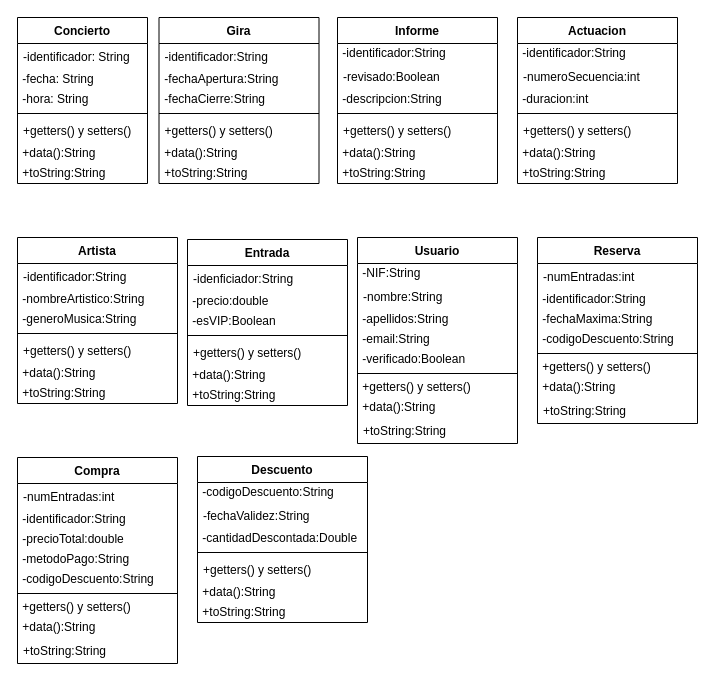
Before: Diagrama de clases.drawio in Lusaka12/AgenciaConciertos, a draw.io diagram. Source tidied: cells renumbered, new cells numbered last; positions are measured from the earlier drawing's top-left corner, leaving out a move shared by most shapes. Both pictures are drawn from the tidied source at 100%, with x=0, y=0 at pixel (17, 17).
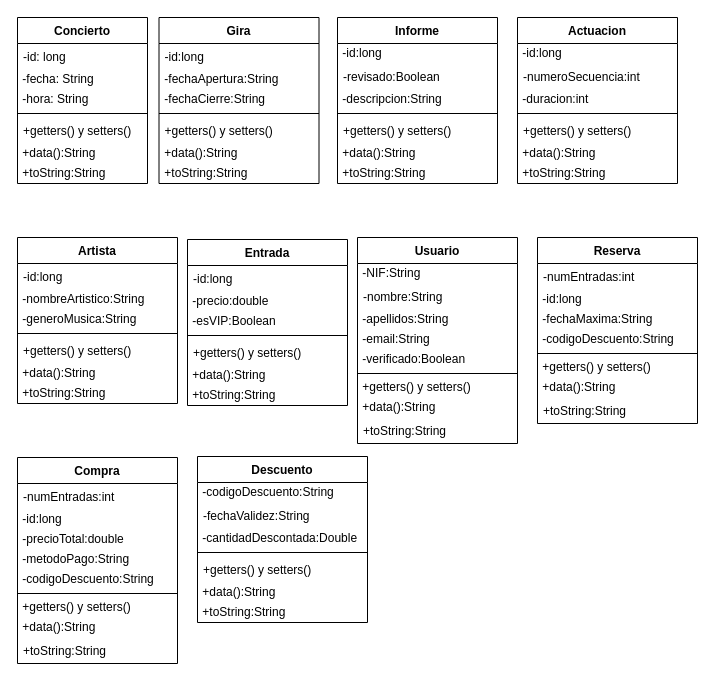
The same diagram, later.

Commit message (it also covers changes not shown here):
Modificado diagrama de clases y añadida imagen

Modificado diagrama de clases y añadida imagen de diagrama de clases

The change refers to these unchanged cells:
```xml
<mxCell id="2" value="Concierto" style="swimlane;fontStyle=1;align=center;verticalAlign=top;horizontal=1;startSize=26;" parent="1" vertex="1">
  <mxGeometry width="130" height="166" as="geometry" />
</mxCell>
<mxCell id="10" value="Gira" style="swimlane;fontStyle=1;align=center;verticalAlign=top;horizontal=1;startSize=26;" parent="1" vertex="1">
  <mxGeometry x="141.5" width="160" height="166" as="geometry" />
</mxCell>
<mxCell id="18" value="Informe" style="swimlane;fontStyle=1;align=center;verticalAlign=top;horizontal=1;startSize=26;" parent="1" vertex="1">
  <mxGeometry x="320" width="160" height="166" as="geometry" />
</mxCell>
<mxCell id="26" value="Actuacion" style="swimlane;fontStyle=1;align=center;verticalAlign=top;horizontal=1;startSize=26;" parent="1" vertex="1">
  <mxGeometry x="500" width="160" height="166" as="geometry" />
</mxCell>
<mxCell id="34" value="Artista" style="swimlane;fontStyle=1;align=center;verticalAlign=top;horizontal=1;startSize=26;" parent="1" vertex="1">
  <mxGeometry y="220" width="160" height="166" as="geometry" />
</mxCell>
<mxCell id="42" value="Entrada" style="swimlane;fontStyle=1;align=center;verticalAlign=top;horizontal=1;startSize=26;" parent="1" vertex="1">
  <mxGeometry x="170" y="222" width="160" height="166" as="geometry" />
</mxCell>
<mxCell id="60" value="Compra" style="swimlane;fontStyle=1;align=center;verticalAlign=top;horizontal=1;startSize=26;" parent="1" vertex="1">
  <mxGeometry y="440" width="160" height="206" as="geometry" />
</mxCell>
<mxCell id="70" value="Reserva" style="swimlane;fontStyle=1;align=center;verticalAlign=top;horizontal=1;startSize=26;" parent="1" vertex="1">
  <mxGeometry x="520" y="220" width="160" height="186" as="geometry" />
</mxCell>
```

The edit, as a diff of the source:
```diff
@@
-    <mxCell id="3" value="-identificador: String" style="text;strokeColor=none;fillColor=none;align=left;verticalAlign=top;spacingLeft=4;spacingRight=4;overflow=hidden;" parent="2" vertex="1">
+    <mxCell id="3" value="-id: long" style="text;strokeColor=none;fillColor=none;align=left;verticalAlign=top;spacingLeft=4;spacingRight=4;overflow=hidden;" parent="2" vertex="1">
       <mxGeometry y="26" width="130" height="26" as="geometry" />
     </mxCell>
@@
-    <mxCell id="11" value="-identificador:String" style="text;strokeColor=none;fillColor=none;align=left;verticalAlign=top;spacingLeft=4;spacingRight=4;overflow=hidden;" parent="10" vertex="1">
+    <mxCell id="11" value="-id:long" style="text;strokeColor=none;fillColor=none;align=left;verticalAlign=top;spacingLeft=4;spacingRight=4;overflow=hidden;" parent="10" vertex="1">
       <mxGeometry y="26" width="160" height="26" as="geometry" />
     </mxCell>
@@
-    <mxCell id="19" value="&amp;nbsp;-identificador:String" style="text;html=1;align=left;verticalAlign=top;spacingTop=-4;" parent="18" vertex="1">
+    <mxCell id="19" value="&amp;nbsp;-id:long" style="text;html=1;align=left;verticalAlign=top;spacingTop=-4;" parent="18" vertex="1">
       <mxGeometry y="26" width="160" height="20" as="geometry" />
     </mxCell>
@@
-    <mxCell id="27" value="&amp;nbsp;-identificador:String&amp;nbsp;" style="text;html=1;align=left;verticalAlign=top;spacingTop=-4;" parent="26" vertex="1">
+    <mxCell id="27" value="&amp;nbsp;-id:long&amp;nbsp;" style="text;html=1;align=left;verticalAlign=top;spacingTop=-4;" parent="26" vertex="1">
       <mxGeometry y="26" width="160" height="20" as="geometry" />
     </mxCell>
@@
-    <mxCell id="35" value="-identificador:String" style="text;strokeColor=none;fillColor=none;align=left;verticalAlign=top;spacingLeft=4;spacingRight=4;overflow=hidden;" parent="34" vertex="1">
+    <mxCell id="35" value="-id:long" style="text;strokeColor=none;fillColor=none;align=left;verticalAlign=top;spacingLeft=4;spacingRight=4;overflow=hidden;" parent="34" vertex="1">
       <mxGeometry y="26" width="160" height="26" as="geometry" />
     </mxCell>
@@
-    <mxCell id="43" value="-idenficiador:String" style="text;strokeColor=none;fillColor=none;align=left;verticalAlign=top;spacingLeft=4;spacingRight=4;overflow=hidden;" parent="42" vertex="1">
+    <mxCell id="43" value="-id:long" style="text;strokeColor=none;fillColor=none;align=left;verticalAlign=top;spacingLeft=4;spacingRight=4;overflow=hidden;" parent="42" vertex="1">
       <mxGeometry y="26" width="160" height="26" as="geometry" />
     </mxCell>
@@
-    <mxCell id="62" value="&amp;nbsp;-identificador:String" style="text;html=1;align=left;verticalAlign=top;spacingTop=-4;" parent="60" vertex="1">
+    <mxCell id="62" value="&amp;nbsp;-id:long" style="text;html=1;align=left;verticalAlign=top;spacingTop=-4;" parent="60" vertex="1">
       <mxGeometry y="52" width="160" height="20" as="geometry" />
     </mxCell>
@@
-    <mxCell id="72" value="&amp;nbsp;-identificador:String" style="text;html=1;align=left;verticalAlign=top;spacingTop=-4;" parent="70" vertex="1">
+    <mxCell id="72" value="&amp;nbsp;-id:long" style="text;html=1;align=left;verticalAlign=top;spacingTop=-4;" parent="70" vertex="1">
       <mxGeometry y="52" width="160" height="20" as="geometry" />
     </mxCell>
```
